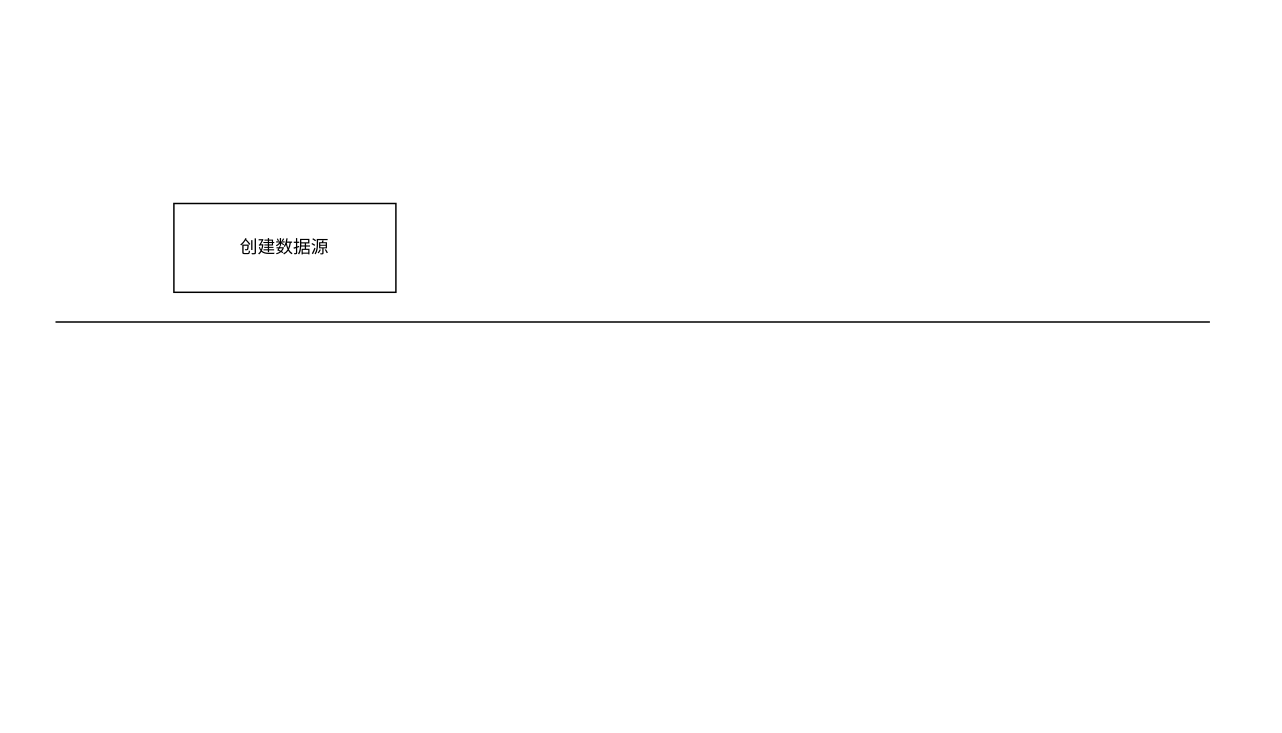
yuhuali1989/ui keeps this draw.io diagram as DLC安全相关.drawio. Above is the earlier version. Source tidied: cells renumbered, new cells numbered last; positions are measured from the earlier drawing's top-left corner, leaving out a move shared by most shapes. Both pictures are drawn from the tidied source at 148%, with x=0, y=0 at pixel (55, 203).
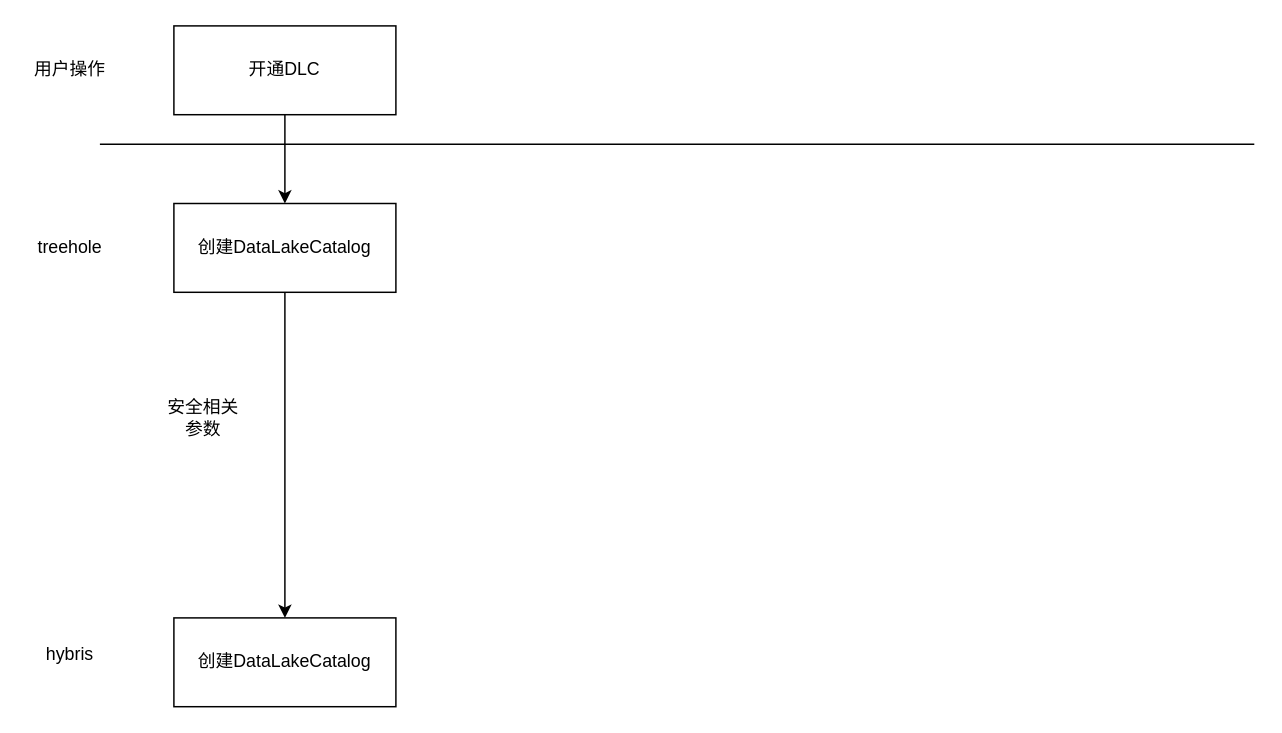
Above is the later version.

Diff of the diagram source:
```diff
@@
 <mxGraphModel>
   <root>
     <mxCell id="0" />
     <mxCell id="1" parent="0" />
+    <mxCell id="4" style="edgeStyle=orthogonalEdgeStyle;rounded=0;jettySize=auto;html=1;" parent="1" edge="1" source="2" target="9">
+      <mxGeometry relative="1" as="geometry" />
+    </mxCell>
-    <mxCell id="2" value="创建数据源" style="rounded=0;whiteSpace=wrap;html=1;" parent="1" vertex="1">
+    <mxCell id="2" value="创建DataLakeCatalog" style="rounded=0;whiteSpace=wrap;html=1;" parent="1" vertex="1">
       <mxGeometry x="80" width="150" height="60" as="geometry" />
     </mxCell>
     <mxCell id="3" style="endArrow=none;html=1;rounded=0;" parent="1" edge="1">
       <mxGeometry relative="1" as="geometry">
-        <mxPoint y="80" as="sourcePoint" />
-        <mxPoint x="780" y="80" as="targetPoint" />
+        <mxPoint x="30" y="-40" as="sourcePoint" />
+        <mxPoint x="810" y="-40" as="targetPoint" />
       </mxGeometry>
     </mxCell>
+    <mxCell id="5" style="edgeStyle=orthogonalEdgeStyle;rounded=0;jettySize=auto;html=1;entryX=0.5;entryY=0;entryDx=0;entryDy=0;" parent="1" edge="1" source="6" target="2">
+      <mxGeometry relative="1" as="geometry" />
+    </mxCell>
+    <mxCell id="6" value="开通DLC" style="rounded=0;whiteSpace=wrap;html=1;" parent="1" vertex="1">
+      <mxGeometry x="80" y="-120" width="150" height="60" as="geometry" />
+    </mxCell>
+    <mxCell id="7" value="用户操作" style="text;html=1;strokeColor=none;fillColor=none;align=center;verticalAlign=middle;whiteSpace=wrap;rounded=0;" parent="1" vertex="1">
+      <mxGeometry x="-20" y="-105" width="60" height="30" as="geometry" />
+    </mxCell>
+    <mxCell id="8" value="treehole" style="text;html=1;strokeColor=none;fillColor=none;align=center;verticalAlign=middle;whiteSpace=wrap;rounded=0;" parent="1" vertex="1">
+      <mxGeometry x="-20" y="15" width="60" height="30" as="geometry" />
+    </mxCell>
+    <mxCell id="9" value="创建DataLakeCatalog" style="rounded=0;whiteSpace=wrap;html=1;" parent="1" vertex="1">
+      <mxGeometry x="80" y="280" width="150" height="60" as="geometry" />
+    </mxCell>
+    <mxCell id="10" value="hybris" style="text;html=1;strokeColor=none;fillColor=none;align=center;verticalAlign=middle;whiteSpace=wrap;rounded=0;" parent="1" vertex="1">
+      <mxGeometry x="-20" y="290" width="60" height="30" as="geometry" />
+    </mxCell>
+    <mxCell id="11" value="安全相关参数" style="text;html=1;strokeColor=none;fillColor=none;align=center;verticalAlign=middle;whiteSpace=wrap;rounded=0;" parent="1" vertex="1">
+      <mxGeometry x="70" y="130" width="60" height="30" as="geometry" />
+    </mxCell>
   </root>
 </mxGraphModel>
```
